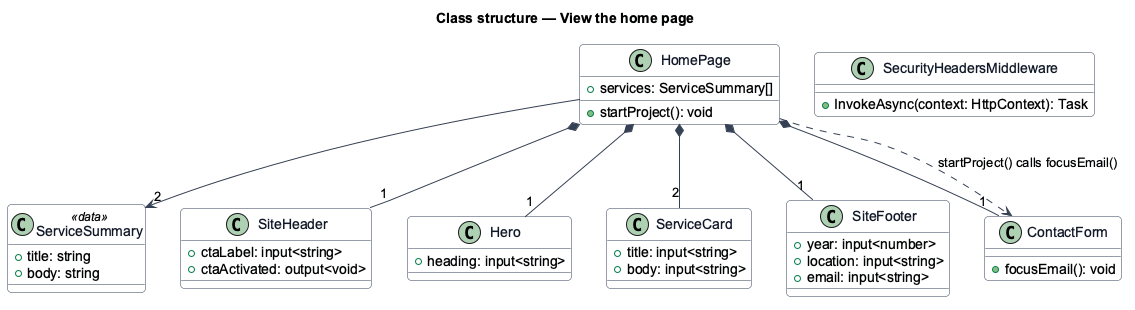
Before: docs/detailed-designs/site/view-home-page/diagrams/class-structure.png, a diagram exported from PlantUML (QuinntyneBrown/goodwork).
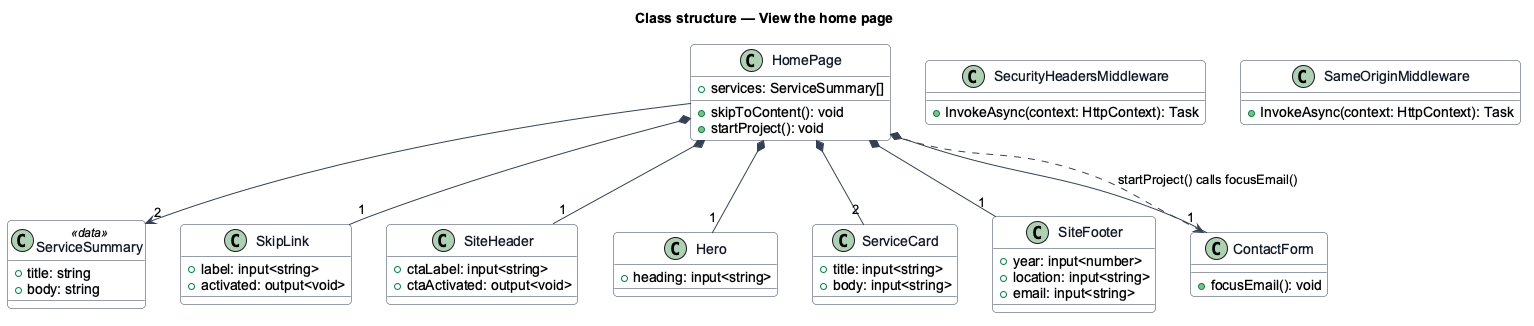
The same diagram one commit later.

Change to the diagram source:
```diff
@@ -13,11 +13,16 @@
 
 class HomePage {
   +services: ServiceSummary[]
+  +skipToContent(): void
   +startProject(): void
 }
 class ServiceSummary <<data>> {
   +title: string
   +body: string
+}
+class SkipLink {
+  +label: input<string>
+  +activated: output<void>
 }
 class SiteHeader {
   +ctaLabel: input<string>
@@ -41,6 +46,10 @@
 class SecurityHeadersMiddleware {
   +InvokeAsync(context: HttpContext): Task
 }
+class SameOriginMiddleware {
+  +InvokeAsync(context: HttpContext): Task
+}
+HomePage *-- "1" SkipLink
 HomePage *-- "1" SiteHeader
 HomePage *-- "1" Hero
 HomePage *-- "2" ServiceCard
```
